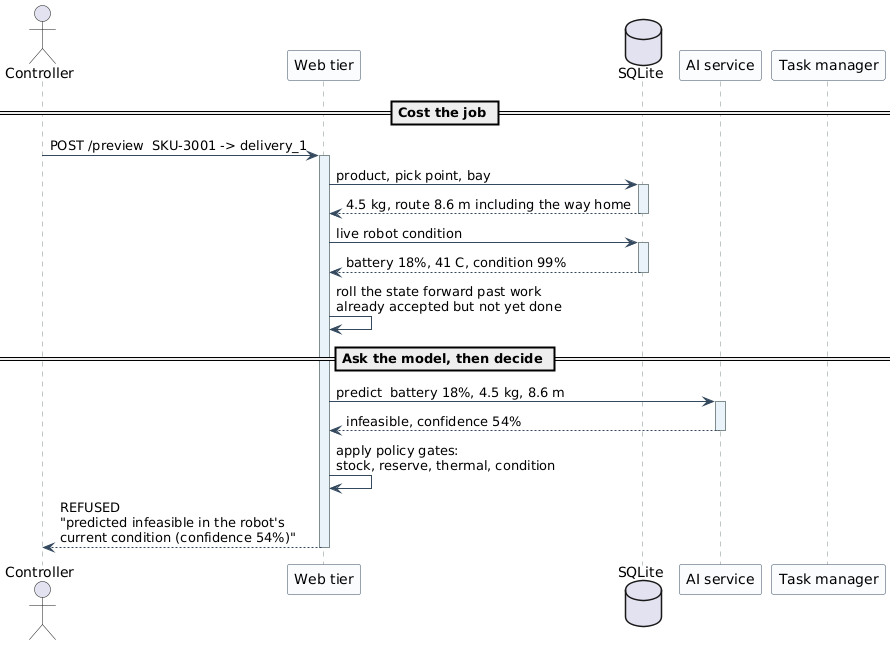
ArianShafagh/robofetch keeps this PlantUML diagram as report/Figures/11-sequence-order-refused.png. Above is the earlier version.
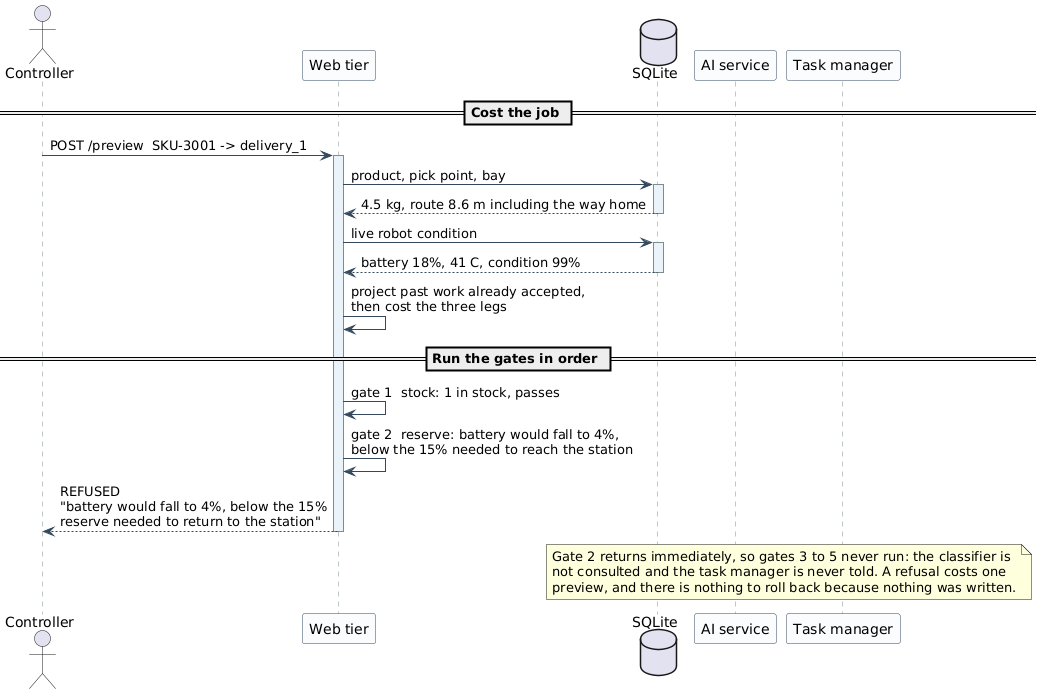
After the commit.

Commit message:
Scenarios 1 and 2: show the admission gates in the order the code runs them

What changed in the source:
```diff
@@ -8,7 +8,6 @@
   ParticipantBackgroundColor #FBFCFE
   LifeLineBackgroundColor #EAF2FA
 }
-
 
 actor Controller as C
 participant "Web tier" as API
@@ -22,12 +21,17 @@
 DB --> API -- : 4.5 kg, route 8.6 m including the way home
 API -> DB ++ : live robot condition
 DB --> API -- : battery 18%, 41 C, condition 99%
-API -> API : roll the state forward past work\nalready accepted but not yet done
+API -> API : project past work already accepted,\nthen cost the three legs
 
-== Ask the model, then decide ==
-API -> AI ++ : predict  battery 18%, 4.5 kg, 8.6 m
-AI --> API -- : infeasible, confidence 54%
-API -> API : apply policy gates:\nstock, reserve, thermal, condition
-API --> C -- : REFUSED\n"predicted infeasible in the robot's\ncurrent condition (confidence 54%)"
+== Run the gates in order ==
+API -> API : gate 1  stock: 1 in stock, passes
+API -> API : gate 2  reserve: battery would fall to 4%,\nbelow the 15% needed to reach the station
+API --> C -- : REFUSED\n"battery would fall to 4%, below the 15%\nreserve needed to return to the station"
+
+note over AI, TM
+  Gate 2 returns immediately, so gates 3 to 5 never run: the classifier is
+  not consulted and the task manager is never told. A refusal costs one
+  preview, and there is nothing to roll back because nothing was written.
+end note
 
 @enduml
```
